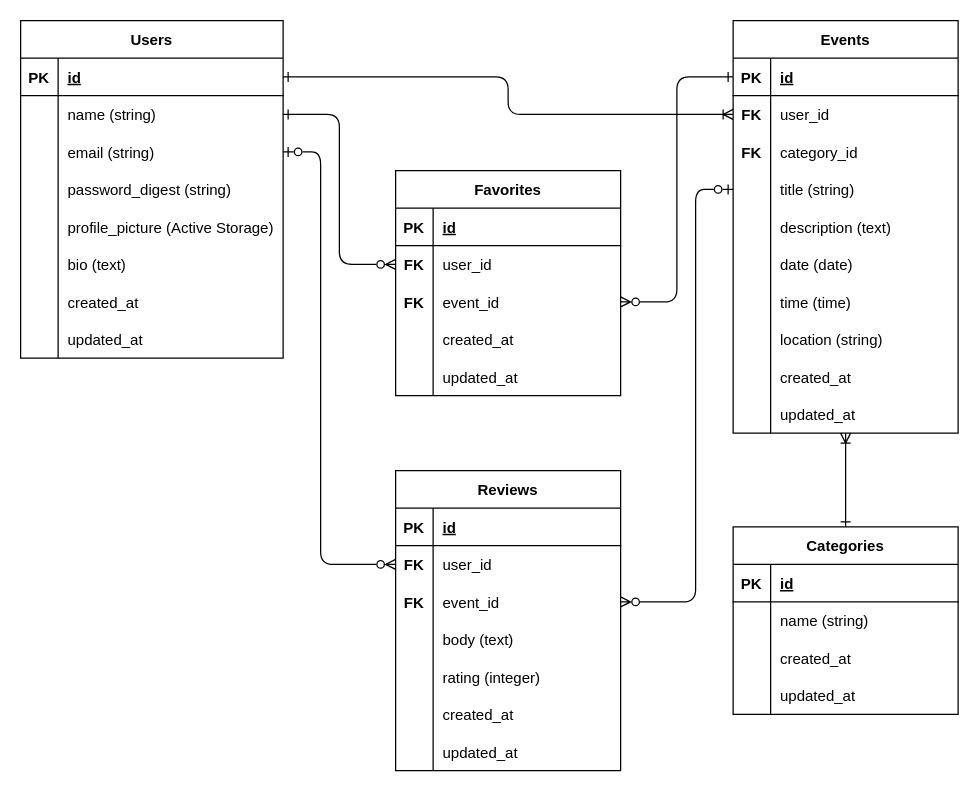
The draw.io diagram EventHub.drawio in keeeeSB/EventHub, before the edit. Source tidied: cells renumbered, new cells numbered last; positions are measured from the earlier drawing's top-left corner, leaving out a move shared by most shapes. Both pictures are drawn from the tidied source at 125%, with x=0, y=0 at pixel (20, 20).
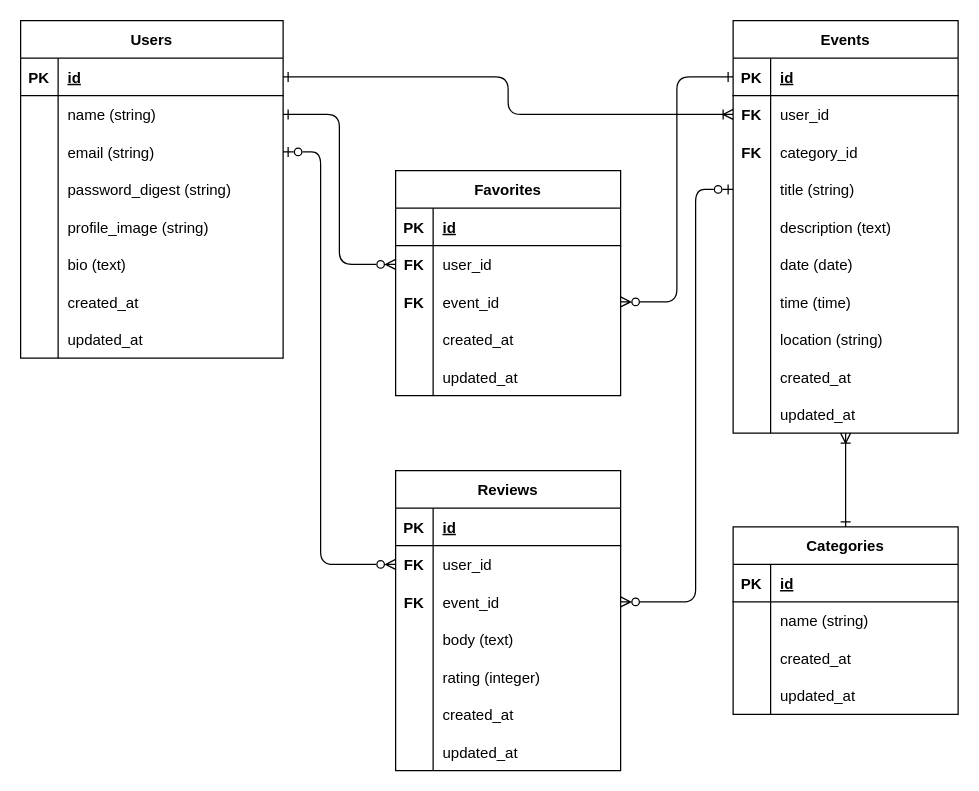
After the change.

Unchanged cells that the change refers to:
```xml
<mxCell id="15" style="shape=tableRow;horizontal=0;startSize=0;swimlaneHead=0;swimlaneBody=0;fillColor=none;top=0;left=0;right=0;bottom=0;" parent="2" vertex="1">
  <mxGeometry y="150" width="210" height="30" as="geometry" />
</mxCell>
```

The edit, as a diff of the source:
```diff
@@
-    <mxCell id="17" value="profile_picture (Active Storage)" style="shape=partialRectangle;fillColor=none;top=0;left=0;bottom=0;right=0;align=left;spacingLeft=6;overflow=hidden;" parent="15" vertex="1">
+    <mxCell id="17" value="profile_image (string)" style="shape=partialRectangle;fillColor=none;top=0;left=0;bottom=0;right=0;align=left;spacingLeft=6;overflow=hidden;" parent="15" vertex="1">
       <mxGeometry x="30" width="180" height="30" as="geometry" />
     </mxCell>
```
